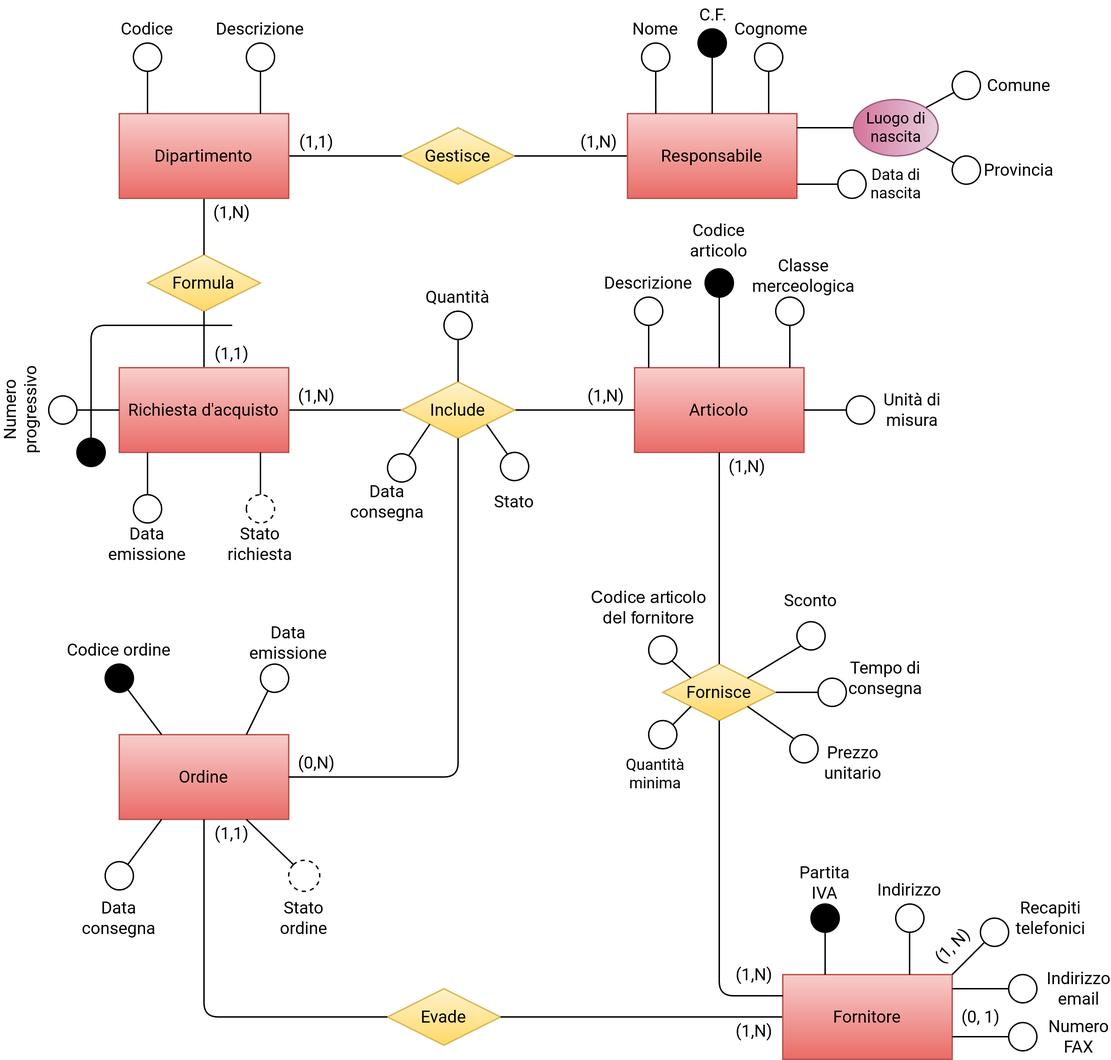
The draw.io diagram ER.png in FraBomba6/Progetto_BdD, before a commit. Source tidied: cells renumbered, new cells last; positions are measured from the earlier drawing's top-left corner, leaving out a move shared by most shapes.
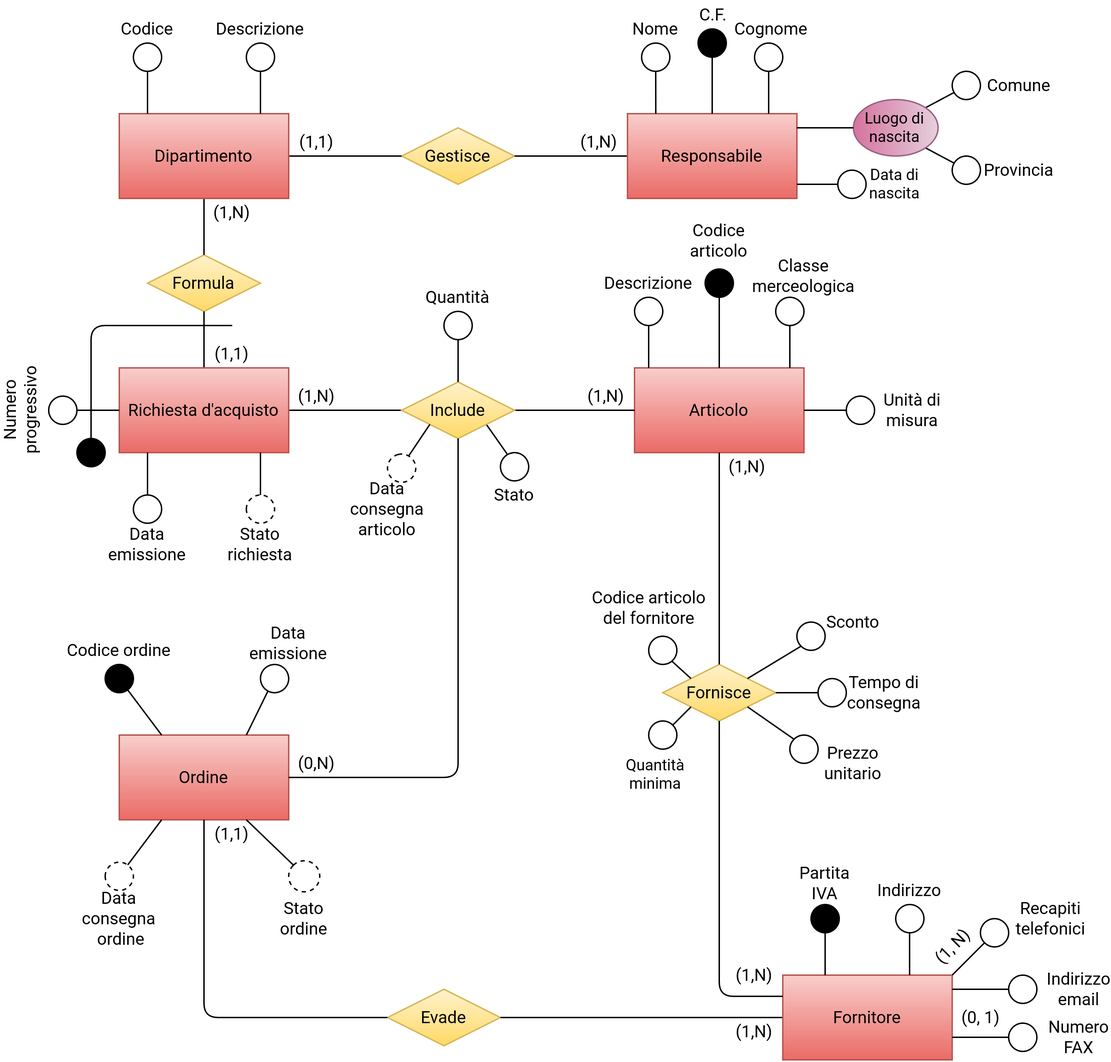
After the commit.

The edit, as a diff of the source:
```diff
@@ -4,6 +4,6 @@
     <mxCell id="1" parent="0" />
-    <mxCell id="2" style="group;rotation=45;" parent="1" vertex="1">
+    <mxCell id="2" style="group;rotation=45;fontFamily=Roboto;fontSource=https%3A%2F%2Ffonts.googleapis.com%2Fcss%3Ffamily%3DRoboto;" parent="1" vertex="1">
       <mxGeometry x="290" y="295" width="20" height="50" as="geometry" />
     </mxCell>
-    <mxCell id="3" style="ellipse;whiteSpace=wrap;html=1;fontFamily=Roboto;fontSource=https%3A%2F%2Ffonts.googleapis.com%2Fcss%3Ffamily%3DRoboto;rotation=-105;" parent="2" vertex="1">
+    <mxCell id="3" style="ellipse;whiteSpace=wrap;html=1;fontFamily=Roboto;fontSource=https%3A%2F%2Ffonts.googleapis.com%2Fcss%3Ffamily%3DRoboto;rotation=-105;dashed=1;" parent="2" vertex="1">
       <mxGeometry x="-10" y="26" width="20" height="20" as="geometry" />
@@ -25,3 +25,3 @@
     </mxCell>
-    <mxCell id="9" value="&lt;span style=&quot;color: rgba(0 , 0 , 0 , 0) ; font-family: monospace ; font-size: 0px&quot;&gt;%3CmxGraphModel%3E%3Croot%3E%3CmxCell%20id%3D%220%22%2F%3E%3CmxCell%20id%3D%221%22%20parent%3D%220%22%2F%3E%3CmxCell%20id%3D%222%22%20value%3D%22%22%20style%3D%22group%3BfontFamily%3DRoboto%3BfontSource%3Dhttps%253A%252F%252Ffonts.googleapis.com%252Fcss%253Ffamily%253DRoboto%3B%22%20connectable%3D%220%22%20vertex%3D%221%22%20parent%3D%221%22%3E%3CmxGeometry%20x%3D%2250%22%20y%3D%22450%22%20width%3D%22130%22%20height%3D%22140%22%20as%3D%22geometry%22%2F%3E%3C%2FmxCell%3E%3CmxCell%20id%3D%223%22%20value%3D%22Ordine%22%20style%3D%22rounded%3D0%3BwhiteSpace%3Dwrap%3Bhtml%3D1%3BfontFamily%3DRoboto%3BfontSource%3Dhttps%253A%252F%252Ffonts.googleapis.com%252Fcss%253Ffamily%253DRoboto%3BfillColor%3D%23f8cecc%3BstrokeColor%3D%23b85450%3BgradientColor%3D%23ea6b66%3B%22%20vertex%3D%221%22%20parent%3D%222%22%3E%3CmxGeometry%20x%3D%2240%22%20y%3D%2280%22%20width%3D%22120%22%20height%3D%2260%22%20as%3D%22geometry%22%2F%3E%3C%2FmxCell%3E%3CmxCell%20id%3D%224%22%20value%3D%22%22%20style%3D%22group%3BfontFamily%3DRoboto%3BfontSource%3Dhttps%253A%252F%252Ffonts.googleapis.com%252Fcss%253Ffamily%253DRoboto%3B%22%20connectable%3D%220%22%20vertex%3D%221%22%20parent%3D%222%22%3E%3CmxGeometry%20x%3D%2290%22%20width%3D%2240%22%20height%3D%2280%22%20as%3D%22geometry%22%2F%3E%3C%2FmxCell%3E%3CmxCell%20id%3D%225%22%20value%3D%22%22%20style%3D%22ellipse%3BwhiteSpace%3Dwrap%3Bhtml%3D1%3Baspect%3Dfixed%3BfontFamily%3DRoboto%3BfontSource%3Dhttps%253A%252F%252Ffonts.googleapis.com%252Fcss%253Ffamily%253DRoboto%3B%22%20vertex%3D%221%22%20parent%3D%224%22%3E%3CmxGeometry%20x%3D%2230%22%20y%3D%2230%22%20width%3D%2220%22%20height%3D%2220%22%20as%3D%22geometry%22%2F%3E%3C%2FmxCell%3E%3CmxCell%20id%3D%226%22%20value%3D%22%26lt%3Bdiv%26gt%3BData%20emissione%26lt%3B%2Fdiv%26gt%3B%22%20style%3D%22text%3Bhtml%3D1%3BstrokeColor%3Dnone%3BfillColor%3Dnone%3Balign%3Dcenter%3BverticalAlign%3Dmiddle%3BwhiteSpace%3Dwrap%3Brounded%3D0%3BfontFamily%3DRoboto%3BfontSource%3Dhttps%253A%252F%252Ffonts.googleapis.com%252Fcss%253Ffamily%253DRoboto%3B%22%20vertex%3D%221%22%20parent%3D%224%22%3E%3CmxGeometry%20width%3D%2240%22%20height%3D%2220%22%20as%3D%22geometry%22%2F%3E%3C%2FmxCell%3E%3CmxCell%20id%3D%227%22%20value%3D%22%22%20style%3D%22group%3BfontFamily%3DRoboto%3BfontSource%3Dhttps%253A%252F%252Ffonts.googleapis.com%252Fcss%253Ffamily%253DRoboto%3B%22%20connectable%3D%220%22%20vertex%3D%221%22%20parent%3D%222%22%3E%3CmxGeometry%20x%3D%2210%22%20y%3D%2210%22%20width%3D%2260%22%20height%3D%2270%22%20as%3D%22geometry%22%2F%3E%3C%2FmxCell%3E%3CmxCell%20id%3D%228%22%20value%3D%22%22%20style%3D%22ellipse%3BfontFamily%3DRoboto%3BfontSource%3Dhttps%253A%252F%252Ffonts.googleapis.com%252Fcss%253Ffamily%253DRoboto%3BfillColor%3D%23000000%3B%22%20vertex%3D%221%22%20parent%3D%227%22%3E%3CmxGeometry%20x%3D%2210%22%20y%3D%2220%22%20width%3D%2220%22%20height%3D%2220%22%20as%3D%22geometry%22%2F%3E%3C%2FmxCell%3E%3CmxCell%20id%3D%229%22%20value%3D%22Codice%20ordine%22%20style%3D%22text%3Bhtml%3D1%3BstrokeColor%3Dnone%3BfillColor%3Dnone%3Balign%3Dcenter%3BverticalAlign%3Dmiddle%3BwhiteSpace%3Dwrap%3Brounded%3D0%3BfontFamily%3DRoboto%3BfontSource%3Dhttps%253A%252F%252Ffonts.googleapis.com%252Fcss%253Ffamily%253DRoboto%3B%22%20vertex%3D%221%22%20parent%3D%227%22%3E%3CmxGeometry%20x%3D%22-20%22%20y%3D%22-10%22%20width%3D%2280%22%20height%3D%2220%22%20as%3D%22geometry%22%2F%3E%3C%2FmxCell%3E%3CmxCell%20id%3D%2210%22%20value%3D%22%22%20style%3D%22endArrow%3Dnone%3Bhtml%3D1%3BfontFamily%3DRoboto%3BfontSource%3Dhttps%253A%252F%252Ffonts.googleapis.com%252Fcss%253Ffamily%253DRoboto%3BexitX%3D0.25%3BexitY%3D0%3BexitDx%3D0%3BexitDy%3D0%3B%22%20edge%3D%221%22%20parent%3D%222%22%20source%3D%223%22%20target%3D%228%22%3E%3CmxGeometry%20width%3D%2250%22%20height%3D%2250%22%20relative%3D%221%22%20as%3D%22geometry%22%3E%3CmxPoint%20x%3D%2240%22%20y%3D%2280%22%20as%3D%22sourcePoint%22%2F%3E%3CmxPoint%20x%3D%2240%22%20y%3D%2250%22%20as%3D%22targetPoint%22%2F%3E%3C%2FmxGeometry%3E%3C%2FmxCell%3E%3CmxCell%20id%3D%2211%22%20value%3D%22%22%20style%3D%22endArrow%3Dnone%3Bhtml%3D1%3BfontFamily%3DRoboto%3BfontSource%3Dhttps%253A%252F%252Ffonts.googleapis.com%252Fcss%253Ffamily%253DRoboto%3BexitX%3D0.75%3BexitY%3D0%3BexitDx%3D0%3BexitDy%3D0%3BentryX%3D0.5%3BentryY%3D1%3BentryDx%3D0%3BentryDy%3D0%3B%22%20edge%3D%221%22%20parent%3D%222%22%20source%3D%223%22%20target%3D%225%22%3E%3CmxGeometry%20x%3D%22100%22%20y%3D%2210%22%20width%3D%2250%22%20height%3D%2250%22%20as%3D%22geometry%22%3E%3CmxPoint%20x%3D%22120%22%20y%3D%2280%22%20as%3D%22sourcePoint%22%2F%3E%3CmxPoint%20x%3D%22123%22%20y%3D%2246%22%20as%3D%22targetPoint%22%2F%3E%3CArray%20as%3D%22points%22%2F%3E%3C%2FmxGeometry%3E%3C%2FmxCell%3E%3C%2Froot%3E%3C%2FmxGraphModel%3E&lt;/span&gt;" style="ellipse;whiteSpace=wrap;html=1;fontFamily=Roboto;fontSource=https%3A%2F%2Ffonts.googleapis.com%2Fcss%3Ffamily%3DRoboto;rotation=118;" parent="7" vertex="1">
+    <mxCell id="9" value="&lt;span style=&quot;color: rgba(0, 0, 0, 0); font-size: 0px;&quot;&gt;%3CmxGraphModel%3E%3Croot%3E%3CmxCell%20id%3D%220%22%2F%3E%3CmxCell%20id%3D%221%22%20parent%3D%220%22%2F%3E%3CmxCell%20id%3D%222%22%20value%3D%22%22%20style%3D%22group%3BfontFamily%3DRoboto%3BfontSource%3Dhttps%253A%252F%252Ffonts.googleapis.com%252Fcss%253Ffamily%253DRoboto%3B%22%20connectable%3D%220%22%20vertex%3D%221%22%20parent%3D%221%22%3E%3CmxGeometry%20x%3D%2250%22%20y%3D%22450%22%20width%3D%22130%22%20height%3D%22140%22%20as%3D%22geometry%22%2F%3E%3C%2FmxCell%3E%3CmxCell%20id%3D%223%22%20value%3D%22Ordine%22%20style%3D%22rounded%3D0%3BwhiteSpace%3Dwrap%3Bhtml%3D1%3BfontFamily%3DRoboto%3BfontSource%3Dhttps%253A%252F%252Ffonts.googleapis.com%252Fcss%253Ffamily%253DRoboto%3BfillColor%3D%23f8cecc%3BstrokeColor%3D%23b85450%3BgradientColor%3D%23ea6b66%3B%22%20vertex%3D%221%22%20parent%3D%222%22%3E%3CmxGeometry%20x%3D%2240%22%20y%3D%2280%22%20width%3D%22120%22%20height%3D%2260%22%20as%3D%22geometry%22%2F%3E%3C%2FmxCell%3E%3CmxCell%20id%3D%224%22%20value%3D%22%22%20style%3D%22group%3BfontFamily%3DRoboto%3BfontSource%3Dhttps%253A%252F%252Ffonts.googleapis.com%252Fcss%253Ffamily%253DRoboto%3B%22%20connectable%3D%220%22%20vertex%3D%221%22%20parent%3D%222%22%3E%3CmxGeometry%20x%3D%2290%22%20width%3D%2240%22%20height%3D%2280%22%20as%3D%22geometry%22%2F%3E%3C%2FmxCell%3E%3CmxCell%20id%3D%225%22%20value%3D%22%22%20style%3D%22ellipse%3BwhiteSpace%3Dwrap%3Bhtml%3D1%3Baspect%3Dfixed%3BfontFamily%3DRoboto%3BfontSource%3Dhttps%253A%252F%252Ffonts.googleapis.com%252Fcss%253Ffamily%253DRoboto%3B%22%20vertex%3D%221%22%20parent%3D%224%22%3E%3CmxGeometry%20x%3D%2230%22%20y%3D%2230%22%20width%3D%2220%22%20height%3D%2220%22%20as%3D%22geometry%22%2F%3E%3C%2FmxCell%3E%3CmxCell%20id%3D%226%22%20value%3D%22%26lt%3Bdiv%26gt%3BData%20emissione%26lt%3B%2Fdiv%26gt%3B%22%20style%3D%22text%3Bhtml%3D1%3BstrokeColor%3Dnone%3BfillColor%3Dnone%3Balign%3Dcenter%3BverticalAlign%3Dmiddle%3BwhiteSpace%3Dwrap%3Brounded%3D0%3BfontFamily%3DRoboto%3BfontSource%3Dhttps%253A%252F%252Ffonts.googleapis.com%252Fcss%253Ffamily%253DRoboto%3B%22%20vertex%3D%221%22%20parent%3D%224%22%3E%3CmxGeometry%20width%3D%2240%22%20height%3D%2220%22%20as%3D%22geometry%22%2F%3E%3C%2FmxCell%3E%3CmxCell%20id%3D%227%22%20value%3D%22%22%20style%3D%22group%3BfontFamily%3DRoboto%3BfontSource%3Dhttps%253A%252F%252Ffonts.googleapis.com%252Fcss%253Ffamily%253DRoboto%3B%22%20connectable%3D%220%22%20vertex%3D%221%22%20parent%3D%222%22%3E%3CmxGeometry%20x%3D%2210%22%20y%3D%2210%22%20width%3D%2260%22%20height%3D%2270%22%20as%3D%22geometry%22%2F%3E%3C%2FmxCell%3E%3CmxCell%20id%3D%228%22%20value%3D%22%22%20style%3D%22ellipse%3BfontFamily%3DRoboto%3BfontSource%3Dhttps%253A%252F%252Ffonts.googleapis.com%252Fcss%253Ffamily%253DRoboto%3BfillColor%3D%23000000%3B%22%20vertex%3D%221%22%20parent%3D%227%22%3E%3CmxGeometry%20x%3D%2210%22%20y%3D%2220%22%20width%3D%2220%22%20height%3D%2220%22%20as%3D%22geometry%22%2F%3E%3C%2FmxCell%3E%3CmxCell%20id%3D%229%22%20value%3D%22Codice%20ordine%22%20style%3D%22text%3Bhtml%3D1%3BstrokeColor%3Dnone%3BfillColor%3Dnone%3Balign%3Dcenter%3BverticalAlign%3Dmiddle%3BwhiteSpace%3Dwrap%3Brounded%3D0%3BfontFamily%3DRoboto%3BfontSource%3Dhttps%253A%252F%252Ffonts.googleapis.com%252Fcss%253Ffamily%253DRoboto%3B%22%20vertex%3D%221%22%20parent%3D%227%22%3E%3CmxGeometry%20x%3D%22-20%22%20y%3D%22-10%22%20width%3D%2280%22%20height%3D%2220%22%20as%3D%22geometry%22%2F%3E%3C%2FmxCell%3E%3CmxCell%20id%3D%2210%22%20value%3D%22%22%20style%3D%22endArrow%3Dnone%3Bhtml%3D1%3BfontFamily%3DRoboto%3BfontSource%3Dhttps%253A%252F%252Ffonts.googleapis.com%252Fcss%253Ffamily%253DRoboto%3BexitX%3D0.25%3BexitY%3D0%3BexitDx%3D0%3BexitDy%3D0%3B%22%20edge%3D%221%22%20parent%3D%222%22%20source%3D%223%22%20target%3D%228%22%3E%3CmxGeometry%20width%3D%2250%22%20height%3D%2250%22%20relative%3D%221%22%20as%3D%22geometry%22%3E%3CmxPoint%20x%3D%2240%22%20y%3D%2280%22%20as%3D%22sourcePoint%22%2F%3E%3CmxPoint%20x%3D%2240%22%20y%3D%2250%22%20as%3D%22targetPoint%22%2F%3E%3C%2FmxGeometry%3E%3C%2FmxCell%3E%3CmxCell%20id%3D%2211%22%20value%3D%22%22%20style%3D%22endArrow%3Dnone%3Bhtml%3D1%3BfontFamily%3DRoboto%3BfontSource%3Dhttps%253A%252F%252Ffonts.googleapis.com%252Fcss%253Ffamily%253DRoboto%3BexitX%3D0.75%3BexitY%3D0%3BexitDx%3D0%3BexitDy%3D0%3BentryX%3D0.5%3BentryY%3D1%3BentryDx%3D0%3BentryDy%3D0%3B%22%20edge%3D%221%22%20parent%3D%222%22%20source%3D%223%22%20target%3D%225%22%3E%3CmxGeometry%20x%3D%22100%22%20y%3D%2210%22%20width%3D%2250%22%20height%3D%2250%22%20as%3D%22geometry%22%3E%3CmxPoint%20x%3D%22120%22%20y%3D%2280%22%20as%3D%22sourcePoint%22%2F%3E%3CmxPoint%20x%3D%22123%22%20y%3D%2246%22%20as%3D%22targetPoint%22%2F%3E%3CArray%20as%3D%22points%22%2F%3E%3C%2FmxGeometry%3E%3C%2FmxCell%3E%3C%2Froot%3E%3C%2FmxGraphModel%3E&lt;/span&gt;" style="ellipse;whiteSpace=wrap;html=1;fontFamily=Roboto;fontSource=https%3A%2F%2Ffonts.googleapis.com%2Fcss%3Ffamily%3DRoboto;rotation=118;" parent="7" vertex="1">
       <mxGeometry y="25" width="20" height="20" as="geometry" />
@@ -40,3 +40,3 @@
     </mxCell>
-    <mxCell id="14" style="endArrow=none;html=1;exitX=0.75;exitY=0;exitDx=0;exitDy=0;entryX=1;entryY=0.5;entryDx=0;entryDy=0;" parent="5" edge="1" source="6" target="9">
+    <mxCell id="14" style="endArrow=none;html=1;exitX=0.75;exitY=0;exitDx=0;exitDy=0;entryX=1;entryY=0.5;entryDx=0;entryDy=0;fontFamily=Roboto;fontSource=https%3A%2F%2Ffonts.googleapis.com%2Fcss%3Ffamily%3DRoboto;" parent="5" edge="1" source="6" target="9">
       <mxGeometry relative="1" as="geometry" />
@@ -217,4 +217,4 @@
     </mxCell>
-    <mxCell id="69" value="&lt;div&gt;Data&lt;/div&gt;&lt;div&gt;consegna&lt;/div&gt;" style="text;html=1;strokeColor=none;fillColor=none;align=center;verticalAlign=middle;whiteSpace=wrap;rounded=0;fontFamily=Roboto;fontSource=https%3A%2F%2Ffonts.googleapis.com%2Fcss%3Ffamily%3DRoboto;rotation=0;" parent="1" vertex="1">
-      <mxGeometry x="260" y="345" width="40" height="20" as="geometry" />
+    <mxCell id="69" value="&lt;div&gt;Data&lt;/div&gt;&lt;div&gt;consegna articolo&lt;br&gt;&lt;/div&gt;" style="text;html=1;strokeColor=none;fillColor=none;align=center;verticalAlign=middle;whiteSpace=wrap;rounded=0;fontFamily=Roboto;fontSource=https%3A%2F%2Ffonts.googleapis.com%2Fcss%3Ffamily%3DRoboto;rotation=0;" parent="1" vertex="1">
+      <mxGeometry x="260" y="350" width="40" height="20" as="geometry" />
     </mxCell>
@@ -250,3 +250,3 @@
     <mxCell id="79" value="Sconto" style="text;html=1;strokeColor=none;fillColor=none;align=center;verticalAlign=middle;whiteSpace=wrap;rounded=0;fontFamily=Roboto;fontSource=https%3A%2F%2Ffonts.googleapis.com%2Fcss%3Ffamily%3DRoboto;rotation=0;" parent="1" vertex="1">
-      <mxGeometry x="560" y="415" width="40" height="20" as="geometry" />
+      <mxGeometry x="590" y="430" width="40" height="20" as="geometry" />
     </mxCell>
@@ -304,5 +304,5 @@
     <mxCell id="97" value="Tempo di consegna" style="text;html=1;strokeColor=none;fillColor=none;align=center;verticalAlign=middle;whiteSpace=wrap;rounded=0;fontFamily=Roboto;fontSource=https%3A%2F%2Ffonts.googleapis.com%2Fcss%3Ffamily%3DRoboto;rotation=0;" parent="1" vertex="1">
-      <mxGeometry x="612.5" y="470" width="40" height="20" as="geometry" />
+      <mxGeometry x="612.5" y="480" width="40" height="20" as="geometry" />
     </mxCell>
-    <mxCell id="98" style="ellipse;whiteSpace=wrap;html=1;fontFamily=Roboto;fontSource=https%3A%2F%2Ffonts.googleapis.com%2Fcss%3Ffamily%3DRoboto;rotation=-180;" parent="1" vertex="1">
+    <mxCell id="98" style="ellipse;whiteSpace=wrap;html=1;fontFamily=Roboto;fontSource=https%3A%2F%2Ffonts.googleapis.com%2Fcss%3Ffamily%3DRoboto;rotation=-180;dashed=1;" parent="1" vertex="1">
       <mxGeometry x="80" y="610" width="20" height="20" as="geometry" />
@@ -312,3 +312,3 @@
     </mxCell>
-    <mxCell id="100" value="&lt;div&gt;Data&lt;/div&gt;&lt;div&gt;consegna&lt;/div&gt;" style="text;html=1;strokeColor=none;fillColor=none;align=center;verticalAlign=middle;whiteSpace=wrap;rounded=0;fontFamily=Roboto;fontSource=https%3A%2F%2Ffonts.googleapis.com%2Fcss%3Ffamily%3DRoboto;rotation=0;" parent="1" vertex="1">
+    <mxCell id="100" value="&lt;div&gt;Data&lt;/div&gt;&lt;div&gt;consegna&lt;/div&gt;&amp;nbsp;ordine" style="text;html=1;strokeColor=none;fillColor=none;align=center;verticalAlign=middle;whiteSpace=wrap;rounded=0;fontFamily=Roboto;fontSource=https%3A%2F%2Ffonts.googleapis.com%2Fcss%3Ffamily%3DRoboto;rotation=0;" parent="1" vertex="1">
       <mxGeometry x="70" y="640" width="40" height="20" as="geometry" />
@@ -424,3 +424,3 @@
     </mxCell>
-    <mxCell id="132" value="(0, 1)" style="text;html=1;align=center;verticalAlign=middle;strokeColor=none;fontFamily=Roboto;" parent="1" vertex="1">
+    <mxCell id="132" value="(0, 1)" style="text;html=1;align=center;verticalAlign=middle;strokeColor=none;fontFamily=Roboto;fontSource=https%3A%2F%2Ffonts.googleapis.com%2Fcss%3Ffamily%3DRoboto;" parent="1" vertex="1">
       <mxGeometry x="680" y="710" width="40" height="20" as="geometry" />
@@ -445,3 +445,3 @@
     <mxCell id="138" value="Stato" style="text;html=1;strokeColor=none;fillColor=none;align=center;verticalAlign=middle;whiteSpace=wrap;rounded=0;fontFamily=Roboto;fontSource=https%3A%2F%2Ffonts.googleapis.com%2Fcss%3Ffamily%3DRoboto;rotation=0;" parent="1" vertex="1">
-      <mxGeometry x="350" y="345" width="40" height="20" as="geometry" />
+      <mxGeometry x="350" y="340" width="40" height="20" as="geometry" />
     </mxCell>
@@ -453,3 +453,3 @@
     </mxCell>
-    <mxCell id="141" style="endArrow=none;html=1;exitX=0.5;exitY=0;exitDx=0;exitDy=0;" parent="1" edge="1" source="56">
+    <mxCell id="141" style="endArrow=none;html=1;exitX=0.5;exitY=0;exitDx=0;exitDy=0;fontFamily=Roboto;fontSource=https%3A%2F%2Ffonts.googleapis.com%2Fcss%3Ffamily%3DRoboto;" parent="1" edge="1" source="56">
       <mxGeometry relative="1" as="geometry">
@@ -458,3 +458,3 @@
     </mxCell>
-    <mxCell id="142" style="endArrow=none;html=1;exitX=0;exitY=0.5;exitDx=0;exitDy=0;entryX=0.5;entryY=1;entryDx=0;entryDy=0;" parent="1" edge="1" source="80" target="6">
+    <mxCell id="142" style="endArrow=none;html=1;exitX=0;exitY=0.5;exitDx=0;exitDy=0;entryX=0.5;entryY=1;entryDx=0;entryDy=0;fontFamily=Roboto;fontSource=https%3A%2F%2Ffonts.googleapis.com%2Fcss%3Ffamily%3DRoboto;" parent="1" edge="1" source="80" target="6">
       <mxGeometry relative="1" as="geometry">
@@ -465,3 +465,3 @@
     </mxCell>
-    <mxCell id="143" style="endArrow=none;html=1;entryX=0.5;entryY=1;entryDx=0;entryDy=0;exitX=0;exitY=0.25;exitDx=0;exitDy=0;" parent="1" edge="1" source="105" target="56">
+    <mxCell id="143" style="endArrow=none;html=1;entryX=0.5;entryY=1;entryDx=0;entryDy=0;exitX=0;exitY=0.25;exitDx=0;exitDy=0;fontFamily=Roboto;fontSource=https%3A%2F%2Ffonts.googleapis.com%2Fcss%3Ffamily%3DRoboto;" parent="1" edge="1" source="105" target="56">
       <mxGeometry relative="1" as="geometry">
@@ -472,3 +472,3 @@
     </mxCell>
-    <mxCell id="144" style="endArrow=none;html=1;exitX=0.5;exitY=0;exitDx=0;exitDy=0;" parent="1" edge="1" source="64">
+    <mxCell id="144" style="endArrow=none;html=1;exitX=0.5;exitY=0;exitDx=0;exitDy=0;fontFamily=Roboto;fontSource=https%3A%2F%2Ffonts.googleapis.com%2Fcss%3Ffamily%3DRoboto;" parent="1" edge="1" source="64">
       <mxGeometry relative="1" as="geometry">
@@ -480,3 +480,3 @@
     </mxCell>
-    <mxCell id="145" style="endArrow=none;html=1;exitX=1;exitY=0.5;exitDx=0;exitDy=0;entryX=0.5;entryY=1;entryDx=0;entryDy=0;" parent="1" edge="1" source="6" target="55">
+    <mxCell id="145" style="endArrow=none;html=1;exitX=1;exitY=0.5;exitDx=0;exitDy=0;entryX=0.5;entryY=1;entryDx=0;entryDy=0;fontFamily=Roboto;fontSource=https%3A%2F%2Ffonts.googleapis.com%2Fcss%3Ffamily%3DRoboto;" parent="1" edge="1" source="6" target="55">
       <mxGeometry relative="1" as="geometry">
@@ -506,4 +506,4 @@
     </mxCell>
-    <mxCell id="152" value="Codice articolo&lt;br&gt;del fornitore" style="text;html=1;align=center;verticalAlign=middle;strokeColor=none;" parent="1" vertex="1">
-      <mxGeometry x="420" y="415" width="90" height="30" as="geometry" />
+    <mxCell id="152" value="Codice articolo&lt;br&gt;del fornitore" style="text;html=1;align=center;verticalAlign=middle;strokeColor=none;fontFamily=Roboto;fontSource=https%3A%2F%2Ffonts.googleapis.com%2Fcss%3Ffamily%3DRoboto;" parent="1" vertex="1">
+      <mxGeometry x="415" y="415" width="100" height="30" as="geometry" />
     </mxCell>
```
